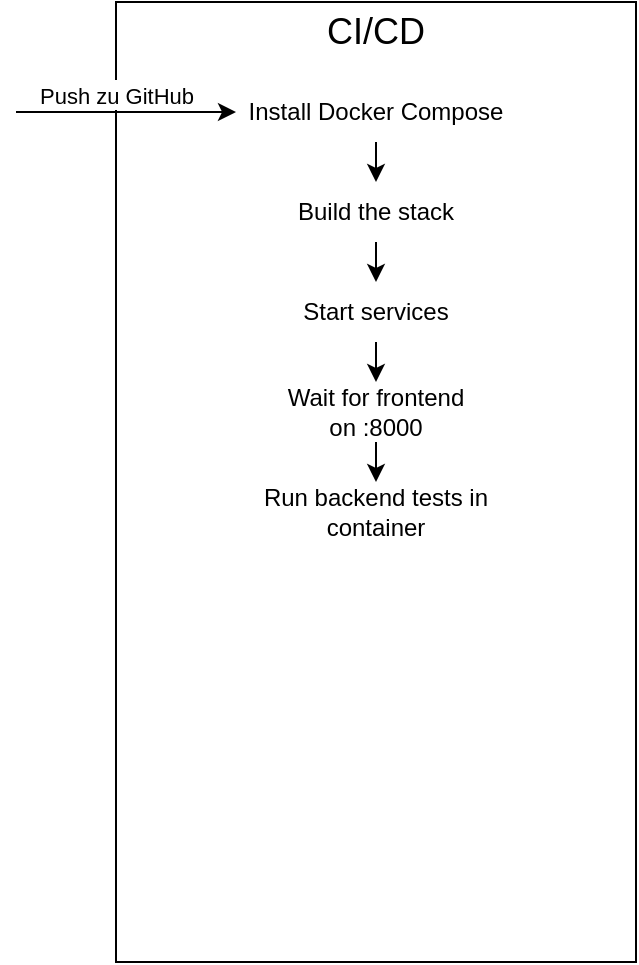
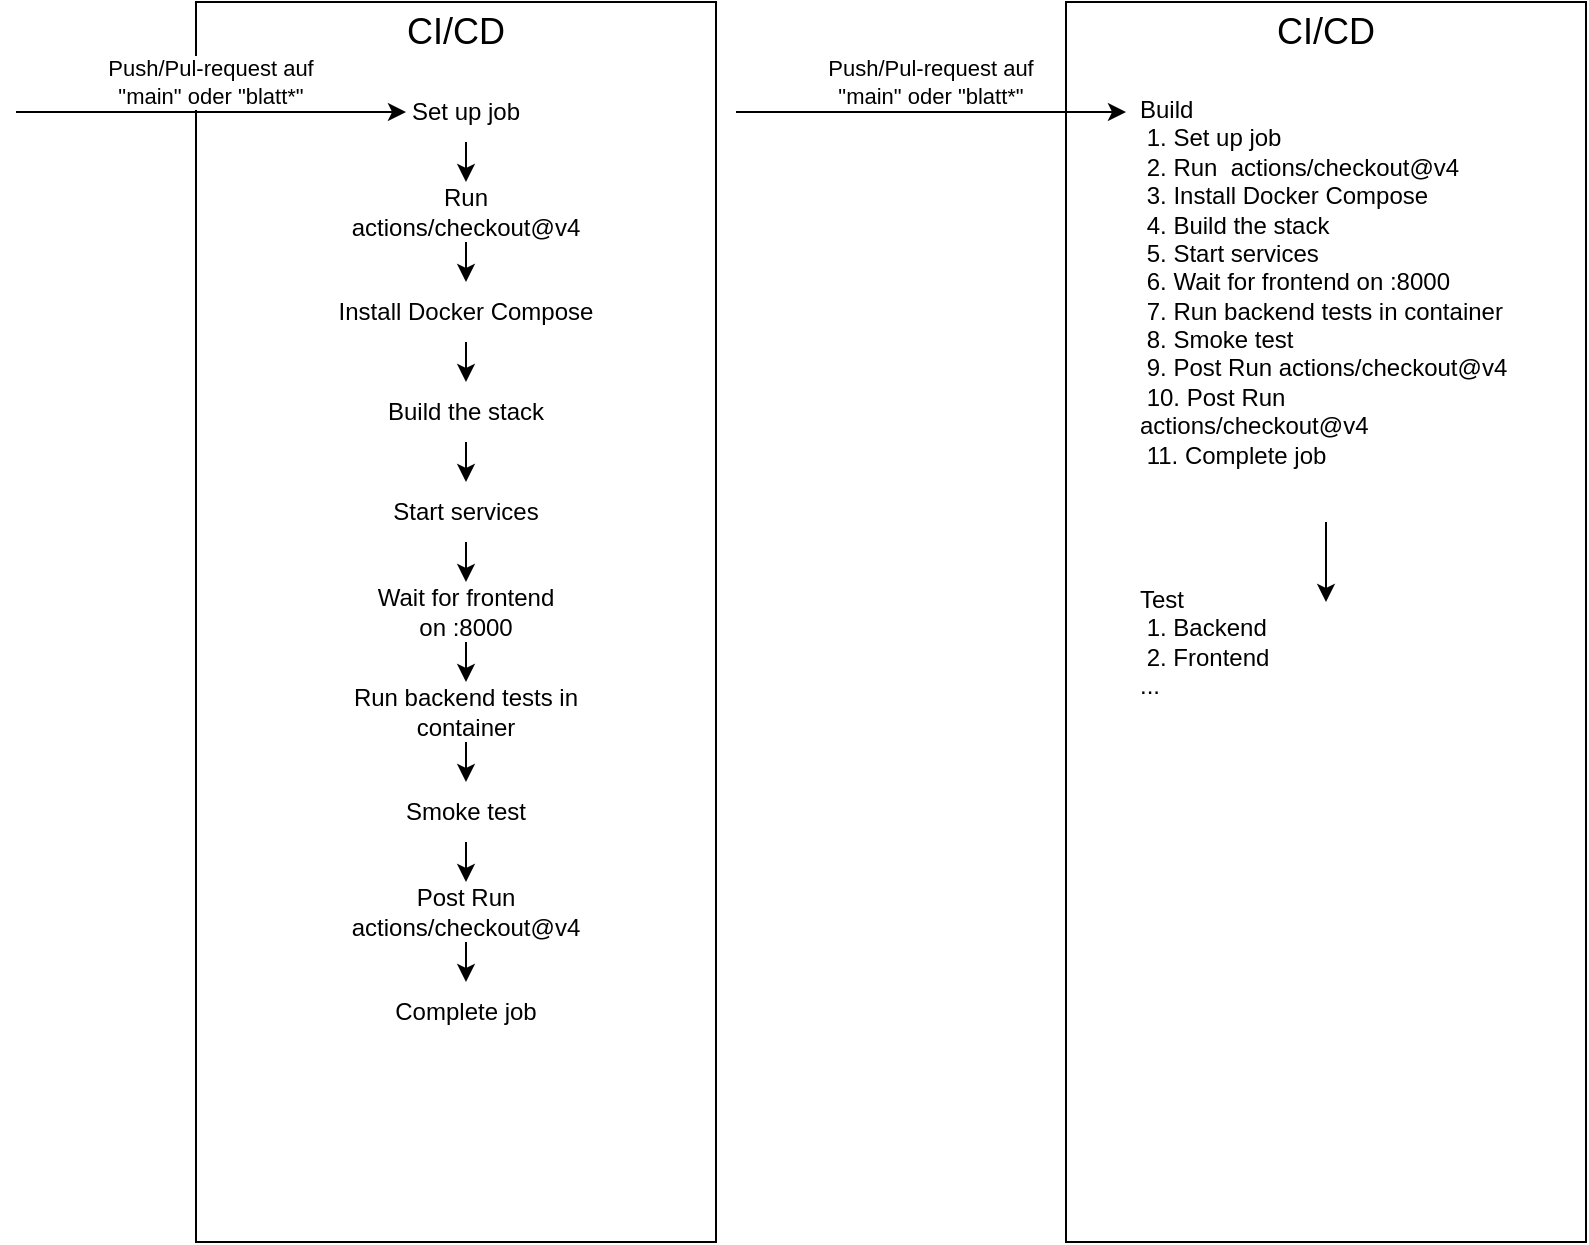
<mxfile host="app.diagrams.net">
  <diagram name="Seite-1" id="3_5avD3xtjTCKDzS4960">
-     <mxGraphModel dx="1712" dy="992" grid="1" gridSize="10" guides="1" tooltips="1" connect="1" arrows="1" fold="1" page="1" pageScale="1" pageWidth="827" pageHeight="1169" math="0" shadow="0">
+     <mxGraphModel dx="643" dy="992" grid="1" gridSize="10" guides="1" tooltips="1" connect="1" arrows="1" fold="1" page="1" pageScale="1" pageWidth="827" pageHeight="1169" math="0" shadow="0">
      <root>
        <mxCell id="0" />
        <mxCell id="1" parent="0" />
+         <mxCell id="1Jqq0jZ4gLZO08qARVdL-17" parent="1" style="rounded=0;whiteSpace=wrap;html=1;" value="" vertex="1">
+           <mxGeometry height="620" width="260" x="545" y="160" as="geometry" />
+         </mxCell>
+         <mxCell id="1Jqq0jZ4gLZO08qARVdL-18" edge="1" parent="1" style="endArrow=classic;html=1;rounded=0;entryX=0;entryY=0.5;entryDx=0;entryDy=0;" value="">
+           <mxGeometry height="50" relative="1" width="50" as="geometry">
+             <Array as="points" />
+             <mxPoint x="380" y="215" as="sourcePoint" />
+             <mxPoint x="575" y="215" as="targetPoint" />
+           </mxGeometry>
+         </mxCell>
+         <mxCell id="1Jqq0jZ4gLZO08qARVdL-19" connectable="0" parent="1Jqq0jZ4gLZO08qARVdL-18" style="edgeLabel;html=1;align=center;verticalAlign=middle;resizable=0;points=[];" value="Push/Pul-request auf &lt;br&gt;&quot;main&quot; oder &quot;blatt*&quot;" vertex="1">
+           <mxGeometry relative="1" x="-0.2909" y="-4" as="geometry">
+             <mxPoint x="28" y="-19" as="offset" />
+           </mxGeometry>
+         </mxCell>
+         <mxCell id="1Jqq0jZ4gLZO08qARVdL-20" parent="1" style="text;html=1;whiteSpace=wrap;strokeColor=none;fillColor=none;align=center;verticalAlign=middle;rounded=0;" value="&lt;font style=&quot;font-size: 18px;&quot;&gt;CI/CD&lt;/font&gt;" vertex="1">
+           <mxGeometry height="30" width="140" x="605" y="160" as="geometry" />
+         </mxCell>
        <mxCell id="vcs72F3tQOd-7AgLQkQa-1" parent="1" style="rounded=0;whiteSpace=wrap;html=1;" value="" vertex="1">
-           <mxGeometry height="480" width="260" x="110" y="50" as="geometry" />
+           <mxGeometry height="620" width="260" x="110" y="160" as="geometry" />
        </mxCell>
        <mxCell id="vcs72F3tQOd-7AgLQkQa-2" parent="1" style="text;html=1;whiteSpace=wrap;strokeColor=none;fillColor=none;align=center;verticalAlign=middle;rounded=0;" value="Install Docker Compose" vertex="1">
-           <mxGeometry height="30" width="140" x="170" y="90" as="geometry" />
+           <mxGeometry height="30" width="140" x="175" y="300" as="geometry" />
        </mxCell>
-         <mxCell id="vcs72F3tQOd-7AgLQkQa-3" edge="1" parent="1" style="endArrow=classic;html=1;rounded=0;entryX=0;entryY=0.5;entryDx=0;entryDy=0;" target="vcs72F3tQOd-7AgLQkQa-2" value="">
+         <mxCell id="vcs72F3tQOd-7AgLQkQa-3" edge="1" parent="1" style="endArrow=classic;html=1;rounded=0;entryX=0;entryY=0.5;entryDx=0;entryDy=0;" target="1Jqq0jZ4gLZO08qARVdL-2" value="">
          <mxGeometry height="50" relative="1" width="50" as="geometry">
-             <mxPoint x="60" y="105" as="sourcePoint" />
-             <mxPoint x="130" y="110" as="targetPoint" />
+             <Array as="points" />
+             <mxPoint x="20" y="215" as="sourcePoint" />
+             <mxPoint x="130" y="220" as="targetPoint" />
          </mxGeometry>
        </mxCell>
-         <mxCell id="vcs72F3tQOd-7AgLQkQa-4" connectable="0" parent="vcs72F3tQOd-7AgLQkQa-3" style="edgeLabel;html=1;align=center;verticalAlign=middle;resizable=0;points=[];" value="Text" vertex="1">
+         <mxCell id="vcs72F3tQOd-7AgLQkQa-4" connectable="0" parent="vcs72F3tQOd-7AgLQkQa-3" style="edgeLabel;html=1;align=center;verticalAlign=middle;resizable=0;points=[];" value="Push/Pul-request auf &lt;br&gt;&quot;main&quot; oder &quot;blatt*&quot;" vertex="1">
          <mxGeometry relative="1" x="-0.2909" y="-4" as="geometry">
-             <mxPoint x="11" y="-14" as="offset" />
-           </mxGeometry>
-         </mxCell>
-         <mxCell id="vcs72F3tQOd-7AgLQkQa-5" connectable="0" parent="vcs72F3tQOd-7AgLQkQa-3" style="edgeLabel;html=1;align=center;verticalAlign=middle;resizable=0;points=[];" value="Push zu GitHub" vertex="1">
-           <mxGeometry relative="1" x="-0.0364" y="8" as="geometry">
-             <mxPoint x="-3" as="offset" />
+             <mxPoint x="28" y="-19" as="offset" />
          </mxGeometry>
        </mxCell>
        <mxCell id="vcs72F3tQOd-7AgLQkQa-7" parent="1" style="text;html=1;whiteSpace=wrap;strokeColor=none;fillColor=none;align=center;verticalAlign=middle;rounded=0;" value="Build the stack" vertex="1">
-           <mxGeometry height="30" width="90" x="195" y="140" as="geometry" />
+           <mxGeometry height="30" width="90" x="200" y="350" as="geometry" />
        </mxCell>
        <mxCell id="vcs72F3tQOd-7AgLQkQa-8" edge="1" parent="1" source="vcs72F3tQOd-7AgLQkQa-2" style="endArrow=classic;html=1;rounded=0;entryX=0.5;entryY=0;entryDx=0;entryDy=0;exitX=0.5;exitY=1;exitDx=0;exitDy=0;" target="vcs72F3tQOd-7AgLQkQa-7" value="">
          <mxGeometry height="50" relative="1" width="50" as="geometry">
-             <mxPoint x="240" y="110" as="sourcePoint" />
-             <mxPoint x="400" y="50" as="targetPoint" />
+             <mxPoint x="240" y="220" as="sourcePoint" />
+             <mxPoint x="400" y="160" as="targetPoint" />
          </mxGeometry>
        </mxCell>
        <mxCell id="vcs72F3tQOd-7AgLQkQa-9" parent="1" style="text;html=1;whiteSpace=wrap;strokeColor=none;fillColor=none;align=center;verticalAlign=middle;rounded=0;" value="Start services" vertex="1">
-           <mxGeometry height="30" width="80" x="200" y="190" as="geometry" />
+           <mxGeometry height="30" width="80" x="205" y="400" as="geometry" />
        </mxCell>
        <mxCell id="vcs72F3tQOd-7AgLQkQa-10" edge="1" parent="1" source="vcs72F3tQOd-7AgLQkQa-7" style="endArrow=classic;html=1;rounded=0;exitX=0.5;exitY=1;exitDx=0;exitDy=0;entryX=0.5;entryY=0;entryDx=0;entryDy=0;" target="vcs72F3tQOd-7AgLQkQa-9" value="">
          <mxGeometry height="50" relative="1" width="50" as="geometry">
-             <mxPoint y="270" as="sourcePoint" />
-             <mxPoint x="140" y="290" as="targetPoint" />
+             <mxPoint y="380" as="sourcePoint" />
+             <mxPoint x="140" y="400" as="targetPoint" />
          </mxGeometry>
        </mxCell>
        <mxCell id="vcs72F3tQOd-7AgLQkQa-11" edge="1" parent="1" source="vcs72F3tQOd-7AgLQkQa-9" style="endArrow=classic;html=1;rounded=0;exitX=0.5;exitY=1;exitDx=0;exitDy=0;entryX=0.5;entryY=0;entryDx=0;entryDy=0;" target="vcs72F3tQOd-7AgLQkQa-12" value="">
          <mxGeometry height="50" relative="1" width="50" as="geometry">
-             <mxPoint x="390" y="360" as="sourcePoint" />
-             <mxPoint x="440" y="310" as="targetPoint" />
+             <mxPoint x="390" y="470" as="sourcePoint" />
+             <mxPoint x="440" y="420" as="targetPoint" />
          </mxGeometry>
        </mxCell>
        <mxCell id="vcs72F3tQOd-7AgLQkQa-12" parent="1" style="text;html=1;whiteSpace=wrap;strokeColor=none;fillColor=none;align=center;verticalAlign=middle;rounded=0;" value="Wait for frontend on :8000" vertex="1">
-           <mxGeometry height="30" width="100" x="190" y="240" as="geometry" />
+           <mxGeometry height="30" width="100" x="195" y="450" as="geometry" />
        </mxCell>
        <mxCell id="vcs72F3tQOd-7AgLQkQa-13" parent="1" style="text;html=1;whiteSpace=wrap;strokeColor=none;fillColor=none;align=center;verticalAlign=middle;rounded=0;" value="Run backend tests in container" vertex="1">
-           <mxGeometry height="30" width="150" x="165" y="290" as="geometry" />
+           <mxGeometry height="30" width="150" x="170" y="500" as="geometry" />
        </mxCell>
        <mxCell id="vcs72F3tQOd-7AgLQkQa-14" edge="1" parent="1" source="vcs72F3tQOd-7AgLQkQa-12" style="endArrow=classic;html=1;rounded=0;exitX=0.5;exitY=1;exitDx=0;exitDy=0;entryX=0.5;entryY=0;entryDx=0;entryDy=0;" target="vcs72F3tQOd-7AgLQkQa-13" value="">
          <mxGeometry height="50" relative="1" width="50" as="geometry">
-             <mxPoint x="100" y="290" as="sourcePoint" />
-             <mxPoint x="150" y="240" as="targetPoint" />
+             <mxPoint x="100" y="400" as="sourcePoint" />
+             <mxPoint x="150" y="350" as="targetPoint" />
          </mxGeometry>
        </mxCell>
        <mxCell id="vcs72F3tQOd-7AgLQkQa-15" parent="1" style="text;html=1;whiteSpace=wrap;strokeColor=none;fillColor=none;align=center;verticalAlign=middle;rounded=0;" value="&lt;font style=&quot;font-size: 18px;&quot;&gt;CI/CD&lt;/font&gt;" vertex="1">
-           <mxGeometry height="30" width="140" x="170" y="50" as="geometry" />
+           <mxGeometry height="30" width="140" x="170" y="160" as="geometry" />
+         </mxCell>
+         <mxCell id="1Jqq0jZ4gLZO08qARVdL-2" parent="1" style="text;html=1;whiteSpace=wrap;strokeColor=none;fillColor=none;align=center;verticalAlign=middle;rounded=0;" value="Set up job" vertex="1">
+           <mxGeometry height="30" width="60" x="215" y="200" as="geometry" />
+         </mxCell>
+         <mxCell id="1Jqq0jZ4gLZO08qARVdL-3" parent="1" style="text;html=1;whiteSpace=wrap;strokeColor=none;fillColor=none;align=center;verticalAlign=middle;rounded=0;" value="Run actions/checkout@v4" vertex="1">
+           <mxGeometry height="30" width="140" x="175" y="250" as="geometry" />
+         </mxCell>
+         <mxCell id="1Jqq0jZ4gLZO08qARVdL-4" edge="1" parent="1" source="1Jqq0jZ4gLZO08qARVdL-2" style="endArrow=classic;html=1;rounded=0;exitX=0.5;exitY=1;exitDx=0;exitDy=0;entryX=0.5;entryY=0;entryDx=0;entryDy=0;" target="1Jqq0jZ4gLZO08qARVdL-3" value="">
+           <mxGeometry height="50" relative="1" width="50" as="geometry">
+             <mxPoint x="290" y="110" as="sourcePoint" />
+             <mxPoint x="340" y="60" as="targetPoint" />
+           </mxGeometry>
+         </mxCell>
+         <mxCell id="1Jqq0jZ4gLZO08qARVdL-5" edge="1" parent="1" source="1Jqq0jZ4gLZO08qARVdL-3" style="endArrow=classic;html=1;rounded=0;exitX=0.5;exitY=1;exitDx=0;exitDy=0;entryX=0.5;entryY=0;entryDx=0;entryDy=0;" target="vcs72F3tQOd-7AgLQkQa-2" value="">
+           <mxGeometry height="50" relative="1" width="50" as="geometry">
+             <mxPoint x="330" y="140" as="sourcePoint" />
+             <mxPoint x="380" y="90" as="targetPoint" />
+           </mxGeometry>
+         </mxCell>
+         <mxCell id="1Jqq0jZ4gLZO08qARVdL-6" parent="1" style="text;html=1;whiteSpace=wrap;strokeColor=none;fillColor=none;align=center;verticalAlign=middle;rounded=0;" value="Smoke test" vertex="1">
+           <mxGeometry height="30" width="80" x="205" y="550" as="geometry" />
+         </mxCell>
+         <mxCell id="1Jqq0jZ4gLZO08qARVdL-7" parent="1" style="text;html=1;whiteSpace=wrap;strokeColor=none;fillColor=none;align=center;verticalAlign=middle;rounded=0;" value="Post Run actions/checkout@v4" vertex="1">
+           <mxGeometry height="30" width="120" x="185" y="600" as="geometry" />
+         </mxCell>
+         <mxCell id="1Jqq0jZ4gLZO08qARVdL-8" parent="1" style="text;html=1;whiteSpace=wrap;strokeColor=none;fillColor=none;align=center;verticalAlign=middle;rounded=0;" value="Complete job" vertex="1">
+           <mxGeometry height="30" width="90" x="200" y="650" as="geometry" />
+         </mxCell>
+         <mxCell id="1Jqq0jZ4gLZO08qARVdL-9" edge="1" parent="1" source="1Jqq0jZ4gLZO08qARVdL-6" style="edgeStyle=none;orthogonalLoop=1;jettySize=auto;html=1;rounded=0;exitX=0.5;exitY=1;exitDx=0;exitDy=0;entryX=0.5;entryY=0;entryDx=0;entryDy=0;" target="1Jqq0jZ4gLZO08qARVdL-7" value="">
+           <mxGeometry relative="1" width="100" as="geometry">
+             <Array as="points" />
+             <mxPoint x="430" y="670" as="sourcePoint" />
+             <mxPoint x="530" y="670" as="targetPoint" />
+           </mxGeometry>
+         </mxCell>
+         <mxCell id="1Jqq0jZ4gLZO08qARVdL-10" edge="1" parent="1" source="1Jqq0jZ4gLZO08qARVdL-7" style="edgeStyle=none;orthogonalLoop=1;jettySize=auto;html=1;rounded=0;exitX=0.5;exitY=1;exitDx=0;exitDy=0;entryX=0.5;entryY=0;entryDx=0;entryDy=0;" target="1Jqq0jZ4gLZO08qARVdL-8" value="">
+           <mxGeometry relative="1" width="100" as="geometry">
+             <Array as="points" />
+             <mxPoint x="470" y="680" as="sourcePoint" />
+             <mxPoint x="570" y="680" as="targetPoint" />
+           </mxGeometry>
+         </mxCell>
+         <mxCell id="1Jqq0jZ4gLZO08qARVdL-11" edge="1" parent="1" source="vcs72F3tQOd-7AgLQkQa-13" style="edgeStyle=none;orthogonalLoop=1;jettySize=auto;html=1;rounded=0;exitX=0.5;exitY=1;exitDx=0;exitDy=0;entryX=0.5;entryY=0;entryDx=0;entryDy=0;" target="1Jqq0jZ4gLZO08qARVdL-6" value="">
+           <mxGeometry relative="1" width="100" as="geometry">
+             <Array as="points" />
+             <mxPoint x="440" y="520" as="sourcePoint" />
+             <mxPoint x="540" y="520" as="targetPoint" />
+           </mxGeometry>
+         </mxCell>
+         <mxCell id="1Jqq0jZ4gLZO08qARVdL-13" parent="1" style="text;html=1;whiteSpace=wrap;strokeColor=none;fillColor=none;align=left;verticalAlign=middle;rounded=0;" value="&lt;div style=&quot;&quot;&gt;&lt;span style=&quot;background-color: transparent; color: light-dark(rgb(0, 0, 0), rgb(255, 255, 255));&quot;&gt;Build&lt;/span&gt;&lt;/div&gt;&lt;div style=&quot;&quot;&gt;&lt;span style=&quot;background-color: transparent; color: light-dark(rgb(0, 0, 0), rgb(255, 255, 255));&quot;&gt;&amp;nbsp;1.&amp;nbsp;&lt;/span&gt;&lt;span style=&quot;background-color: transparent;&quot;&gt;Set up job&lt;/span&gt;&lt;/div&gt;&lt;div style=&quot;&quot;&gt;&lt;span style=&quot;background-color: transparent;&quot;&gt;&amp;nbsp;2.&amp;nbsp;&lt;/span&gt;&lt;span style=&quot;background-color: transparent;&quot;&gt;Run&amp;nbsp; actions/checkout@v4&lt;br&gt;&amp;nbsp;3.&amp;nbsp;&lt;/span&gt;&lt;span style=&quot;text-align: center; background-color: transparent; color: light-dark(rgb(0, 0, 0), rgb(255, 255, 255));&quot;&gt;Install Docker Compose&lt;br&gt;&amp;nbsp;4.&amp;nbsp;&lt;/span&gt;&lt;span style=&quot;text-align: center; background-color: transparent; color: light-dark(rgb(0, 0, 0), rgb(255, 255, 255));&quot;&gt;Build the stack&lt;/span&gt;&lt;/div&gt;&lt;div style=&quot;&quot;&gt;&lt;span style=&quot;text-align: center; background-color: transparent; color: light-dark(rgb(0, 0, 0), rgb(255, 255, 255));&quot;&gt;&amp;nbsp;5.&amp;nbsp;&lt;/span&gt;&lt;span style=&quot;text-align: center; background-color: transparent; color: light-dark(rgb(0, 0, 0), rgb(255, 255, 255));&quot;&gt;Start services&lt;/span&gt;&lt;/div&gt;&lt;div style=&quot;&quot;&gt;&lt;span style=&quot;text-align: center; background-color: transparent; color: light-dark(rgb(0, 0, 0), rgb(255, 255, 255));&quot;&gt;&amp;nbsp;6.&amp;nbsp;&lt;/span&gt;&lt;span style=&quot;text-align: center; background-color: transparent; color: light-dark(rgb(0, 0, 0), rgb(255, 255, 255));&quot;&gt;Wait for frontend on :8000&lt;/span&gt;&lt;/div&gt;&lt;div style=&quot;&quot;&gt;&lt;span style=&quot;text-align: center; background-color: transparent; color: light-dark(rgb(0, 0, 0), rgb(255, 255, 255));&quot;&gt;&amp;nbsp;7.&amp;nbsp;&lt;/span&gt;&lt;span style=&quot;text-align: center; background-color: transparent; color: light-dark(rgb(0, 0, 0), rgb(255, 255, 255));&quot;&gt;Run backend tests in container&lt;/span&gt;&lt;/div&gt;&lt;div style=&quot;&quot;&gt;&lt;span style=&quot;text-align: center; background-color: transparent; color: light-dark(rgb(0, 0, 0), rgb(255, 255, 255));&quot;&gt;&amp;nbsp;8.&amp;nbsp;&lt;/span&gt;&lt;span style=&quot;text-align: center;&quot;&gt;Smoke test&lt;/span&gt;&lt;span style=&quot;text-align: center; background-color: transparent; color: light-dark(rgb(0, 0, 0), rgb(255, 255, 255));&quot;&gt;&lt;br&gt;&amp;nbsp;9.&amp;nbsp;&lt;/span&gt;&lt;span style=&quot;text-align: center; background-color: transparent; color: light-dark(rgb(0, 0, 0), rgb(255, 255, 255));&quot;&gt;Post Run actions/checkout@v4&lt;/span&gt;&lt;/div&gt;&lt;div style=&quot;&quot;&gt;&lt;span style=&quot;text-align: center; background-color: transparent; color: light-dark(rgb(0, 0, 0), rgb(255, 255, 255));&quot;&gt;&amp;nbsp;10.&amp;nbsp;&lt;/span&gt;&lt;span style=&quot;text-align: center; background-color: transparent; color: light-dark(rgb(0, 0, 0), rgb(255, 255, 255));&quot;&gt;Post Run actions/checkout@v4&lt;br&gt;&amp;nbsp;11.&amp;nbsp;&lt;/span&gt;&lt;span style=&quot;text-align: center; background-color: transparent; color: light-dark(rgb(0, 0, 0), rgb(255, 255, 255));&quot;&gt;Complete job&lt;/span&gt;&lt;/div&gt;" vertex="1">
+           <mxGeometry height="240" width="190" x="580" y="180" as="geometry" />
+         </mxCell>
+         <mxCell id="1Jqq0jZ4gLZO08qARVdL-15" parent="1" style="text;html=1;whiteSpace=wrap;strokeColor=none;fillColor=none;align=left;verticalAlign=middle;rounded=0;" value="&lt;div style=&quot;&quot;&gt;&lt;span style=&quot;background-color: transparent; color: light-dark(rgb(0, 0, 0), rgb(255, 255, 255));&quot;&gt;Test&lt;br&gt;&amp;nbsp;1. Backend&lt;/span&gt;&lt;/div&gt;&lt;div style=&quot;&quot;&gt;&lt;span style=&quot;background-color: transparent; color: light-dark(rgb(0, 0, 0), rgb(255, 255, 255));&quot;&gt;&amp;nbsp;2. Frontend&lt;/span&gt;&lt;/div&gt;&lt;div style=&quot;&quot;&gt;&lt;span style=&quot;background-color: transparent; color: light-dark(rgb(0, 0, 0), rgb(255, 255, 255));&quot;&gt;...&lt;/span&gt;&lt;br&gt;&lt;/div&gt;" vertex="1">
+           <mxGeometry height="40" width="190" x="580" y="460" as="geometry" />
+         </mxCell>
+         <mxCell id="1Jqq0jZ4gLZO08qARVdL-16" edge="1" parent="1" source="1Jqq0jZ4gLZO08qARVdL-13" style="edgeStyle=none;orthogonalLoop=1;jettySize=auto;html=1;rounded=0;exitX=0.5;exitY=1;exitDx=0;exitDy=0;entryX=0.5;entryY=0;entryDx=0;entryDy=0;" target="1Jqq0jZ4gLZO08qARVdL-15" value="">
+           <mxGeometry relative="1" width="100" as="geometry">
+             <Array as="points" />
+             <mxPoint x="650" y="640" as="sourcePoint" />
+             <mxPoint x="750" y="640" as="targetPoint" />
+           </mxGeometry>
        </mxCell>
      </root>
    </mxGraphModel>
  </diagram>
</mxfile>
